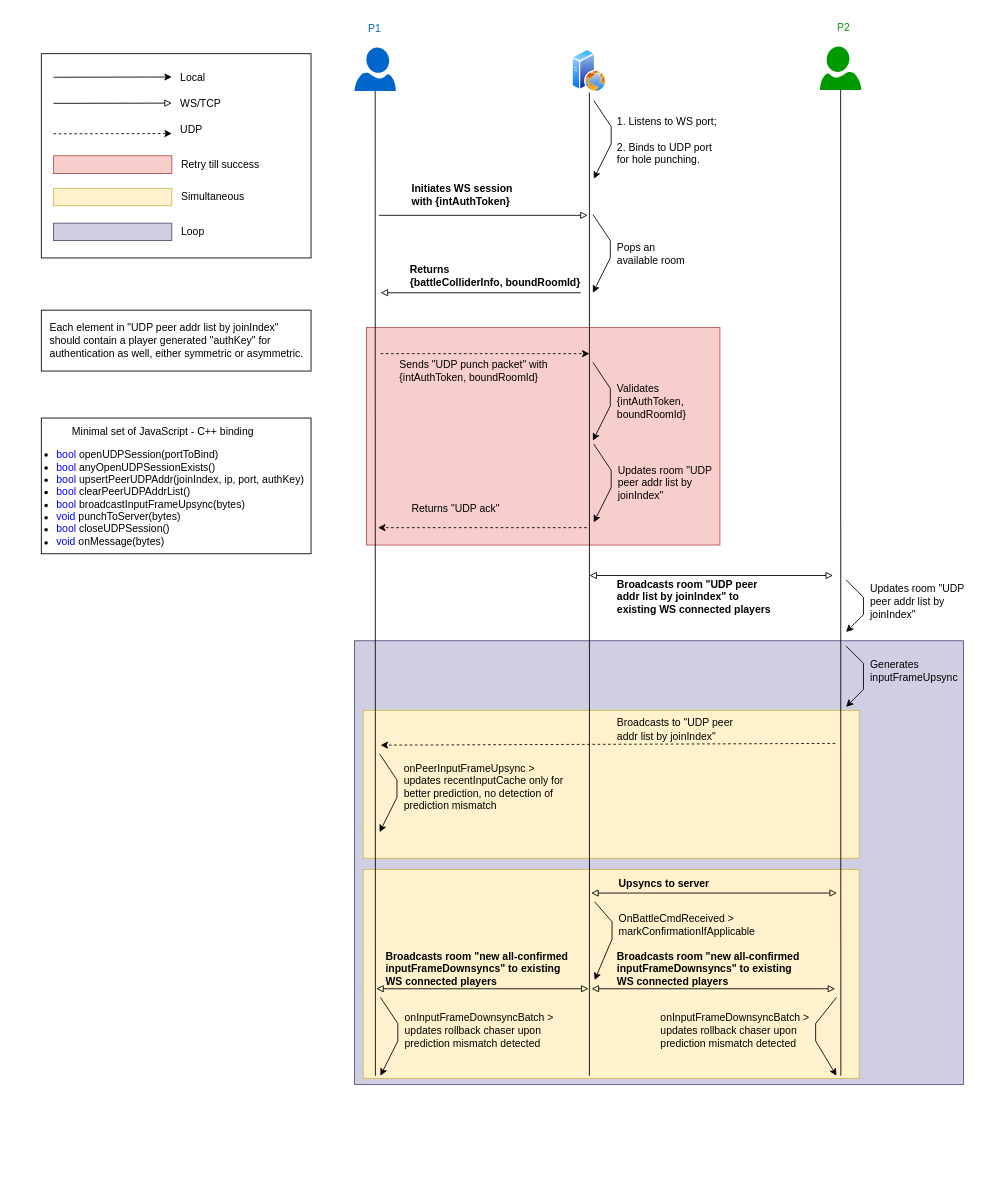
Above: page "UDPEssentials" (6 of 6) of charts/DelayNoMore.drawio in genxium/DelayNoMore (draw.io), before the change. Source tidied: cells renumbered, new cells numbered last; positions are measured from the earlier drawing's top-left corner, leaving out a move shared by most shapes. Both pictures are drawn from the tidied source at 87%, with x=0, y=0 at pixel (15, 15).
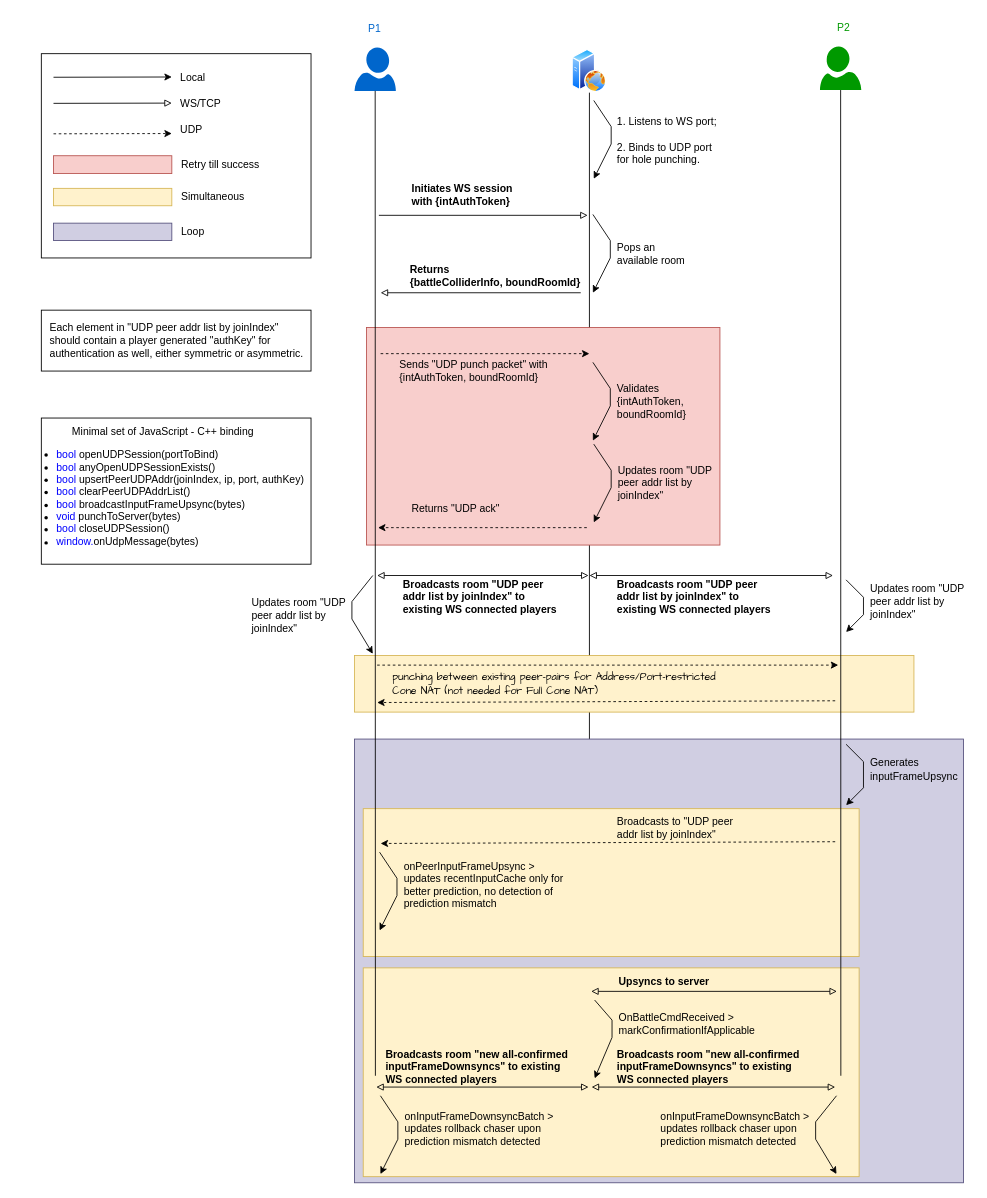
The same page after the edit.

Commit message (it also covers changes not shown here):
Fixes for frontend hole punching compatibility.

Unchanged cells that the change refers to:
```xml
<mxCell id="8" style="perimeter=ellipsePerimeter;html=1;align=center;shadow=0;dashed=0;spacingTop=3;image;image=img/lib/active_directory/web_server.svg;imageBackground=none;" parent="1" vertex="1">
  <mxGeometry x="640" y="39" width="40" height="50" as="geometry" />
</mxCell>
```

What changed in the source:
```diff
@@
+    <mxCell id="12" style="endArrow=none;html=1;rounded=0;entryX=0.5;entryY=1;entryDx=0;entryDy=0;" parent="1" edge="1" target="8">
+      <mxGeometry relative="1" as="geometry">
+        <mxPoint x="660" y="1219" as="sourcePoint" />
+      </mxGeometry>
+    </mxCell>
+    <mxCell id="69" style="rounded=0;whiteSpace=wrap;html=1;labelBackgroundColor=none;fontSize=11;strokeWidth=1;fillColor=#fff2cc;strokeColor=#d6b656;" parent="1" vertex="1">
+      <mxGeometry x="390" y="736" width="643" height="65" as="geometry" />
+    </mxCell>
     <mxCell id="2" style="rounded=0;whiteSpace=wrap;html=1;fillColor=#d0cee2;strokeColor=#56517e;" parent="1" vertex="1">
-      <mxGeometry x="390" y="719" width="700" height="510" as="geometry" />
+      <mxGeometry x="390" y="832" width="700" height="510" as="geometry" />
     </mxCell>
     <mxCell id="3" style="rounded=0;whiteSpace=wrap;html=1;labelBackgroundColor=none;fontSize=11;strokeWidth=1;fillColor=#fff2cc;strokeColor=#d6b656;" parent="1" vertex="1">
-      <mxGeometry x="400" y="799" width="570" height="170" as="geometry" />
+      <mxGeometry x="400" y="912" width="570" height="170" as="geometry" />
     </mxCell>
     <mxCell id="4" style="rounded=0;whiteSpace=wrap;html=1;fillColor=#fff2cc;strokeColor=#d6b656;strokeWidth=1;" parent="1" vertex="1">
-      <mxGeometry x="400" y="982" width="570" height="240" as="geometry" />
+      <mxGeometry x="400" y="1095" width="570" height="240" as="geometry" />
     </mxCell>
@@
-    <mxCell id="12" style="endArrow=none;html=1;rounded=0;entryX=0.5;entryY=1;entryDx=0;entryDy=0;" parent="1" edge="1" target="8">
-      <mxGeometry relative="1" as="geometry">
-        <mxPoint x="660" y="1219" as="sourcePoint" />
-      </mxGeometry>
-    </mxCell>
@@
     <mxCell id="43" value="Generates inputFrameUpsync" style="text;html=1;strokeColor=none;fillColor=none;align=left;verticalAlign=middle;whiteSpace=wrap;rounded=0;" parent="1" vertex="1">
-      <mxGeometry x="981" y="739" width="120" height="30" as="geometry" />
+      <mxGeometry x="981" y="852" width="120" height="30" as="geometry" />
     </mxCell>
     <mxCell id="44" style="endArrow=classic;html=1;rounded=0;" parent="1" edge="1">
       <mxGeometry relative="1" as="geometry">
-        <mxPoint x="955" y="725" as="sourcePoint" />
-        <mxPoint x="955" y="795" as="targetPoint" />
+        <mxPoint x="955" y="838" as="sourcePoint" />
+        <mxPoint x="955" y="908" as="targetPoint" />
         <Array as="points">
-          <mxPoint x="975" y="745" />
-          <mxPoint x="975" y="775" />
+          <mxPoint x="975" y="858" />
+          <mxPoint x="975" y="888" />
         </Array>
       </mxGeometry>
     </mxCell>
     <mxCell id="45" style="endArrow=block;html=1;rounded=0;strokeWidth=1;endFill=0;startArrow=block;startFill=0;" parent="1" edge="1">
       <mxGeometry relative="1" as="geometry">
-        <mxPoint x="944.5" y="1009" as="sourcePoint" />
-        <mxPoint x="662" y="1009" as="targetPoint" />
+        <mxPoint x="944.5" y="1122" as="sourcePoint" />
+        <mxPoint x="662" y="1122" as="targetPoint" />
       </mxGeometry>
     </mxCell>
     <mxCell id="46" value="&lt;b&gt;Upsyncs to server&lt;/b&gt;" style="text;html=1;strokeColor=none;fillColor=none;align=left;verticalAlign=middle;whiteSpace=wrap;rounded=0;" parent="1" vertex="1">
-      <mxGeometry x="692" y="983" width="179" height="30" as="geometry" />
+      <mxGeometry x="692" y="1096" width="179" height="30" as="geometry" />
     </mxCell>
     <mxCell id="47" style="endArrow=classic;html=1;rounded=0;" parent="1" edge="1">
       <mxGeometry relative="1" as="geometry">
-        <mxPoint x="666" y="1019" as="sourcePoint" />
-        <mxPoint x="666" y="1109" as="targetPoint" />
+        <mxPoint x="666" y="1132" as="sourcePoint" />
+        <mxPoint x="666" y="1222" as="targetPoint" />
         <Array as="points">
-          <mxPoint x="686" y="1042" />
-          <mxPoint x="686" y="1062" />
+          <mxPoint x="686" y="1155" />
+          <mxPoint x="686" y="1175" />
         </Array>
       </mxGeometry>
     </mxCell>
     <mxCell id="48" value="OnBattleCmdReceived &amp;gt; markConfirmationIfApplicable" style="text;html=1;strokeColor=none;fillColor=none;align=left;verticalAlign=middle;whiteSpace=wrap;rounded=0;" parent="1" vertex="1">
-      <mxGeometry x="692" y="1031" width="140" height="30" as="geometry" />
+      <mxGeometry x="692" y="1144" width="140" height="30" as="geometry" />
     </mxCell>
     <mxCell id="49" style="endArrow=block;html=1;rounded=0;strokeWidth=1;endFill=0;startArrow=block;startFill=0;" parent="1" edge="1">
       <mxGeometry relative="1" as="geometry">
-        <mxPoint x="662.5" y="1119" as="sourcePoint" />
-        <mxPoint x="942.5" y="1119" as="targetPoint" />
+        <mxPoint x="662.5" y="1232" as="sourcePoint" />
+        <mxPoint x="942.5" y="1232" as="targetPoint" />
       </mxGeometry>
     </mxCell>
     <mxCell id="50" style="endArrow=block;html=1;rounded=0;strokeWidth=1;endFill=0;startArrow=block;startFill=0;" parent="1" edge="1">
       <mxGeometry relative="1" as="geometry">
-        <mxPoint x="415" y="1119" as="sourcePoint" />
-        <mxPoint x="659" y="1119" as="targetPoint" />
+        <mxPoint x="415" y="1232" as="sourcePoint" />
+        <mxPoint x="659" y="1232" as="targetPoint" />
       </mxGeometry>
     </mxCell>
     <mxCell id="51" value="&lt;b&gt;Broadcasts room &quot;new all-confirmed inputFrameDownsyncs&quot; to existing WS connected players&lt;/b&gt;" style="text;html=1;strokeColor=none;fillColor=none;align=left;verticalAlign=middle;whiteSpace=wrap;rounded=0;" parent="1" vertex="1">
-      <mxGeometry x="690" y="1081" width="220" height="30" as="geometry" />
+      <mxGeometry x="690" y="1194" width="220" height="30" as="geometry" />
     </mxCell>
     <mxCell id="52" value="&lt;b&gt;Broadcasts room &quot;new all-confirmed inputFrameDownsyncs&quot; to existing WS connected players&lt;/b&gt;" style="text;html=1;strokeColor=none;fillColor=none;align=left;verticalAlign=middle;whiteSpace=wrap;rounded=0;" parent="1" vertex="1">
-      <mxGeometry x="423.8" y="1081" width="220" height="30" as="geometry" />
+      <mxGeometry x="423.8" y="1194" width="220" height="30" as="geometry" />
     </mxCell>
     <mxCell id="53" style="endArrow=classic;html=1;rounded=0;dashed=1;" parent="1" edge="1">
       <mxGeometry relative="1" as="geometry">
-        <mxPoint x="942.5" y="837" as="sourcePoint" />
-        <mxPoint x="420" y="839" as="targetPoint" />
+        <mxPoint x="942.5" y="950" as="sourcePoint" />
+        <mxPoint x="420" y="952" as="targetPoint" />
       </mxGeometry>
     </mxCell>
     <mxCell id="54" value="Broadcasts to &quot;UDP peer addr list by joinIndex&quot;" style="text;html=1;strokeColor=none;fillColor=none;align=left;verticalAlign=middle;whiteSpace=wrap;rounded=0;" parent="1" vertex="1">
-      <mxGeometry x="690" y="806" width="140" height="30" as="geometry" />
+      <mxGeometry x="690" y="919" width="140" height="30" as="geometry" />
     </mxCell>
     <mxCell id="55" style="endArrow=classic;html=1;rounded=0;" parent="1" edge="1">
       <mxGeometry relative="1" as="geometry">
-        <mxPoint x="419.8" y="1129" as="sourcePoint" />
-        <mxPoint x="419.8" y="1219" as="targetPoint" />
+        <mxPoint x="419.8" y="1242" as="sourcePoint" />
+        <mxPoint x="419.8" y="1332" as="targetPoint" />
         <Array as="points">
-          <mxPoint x="439.8" y="1159" />
-          <mxPoint x="439.8" y="1179" />
+          <mxPoint x="439.8" y="1272" />
+          <mxPoint x="439.8" y="1292" />
         </Array>
       </mxGeometry>
     </mxCell>
     <mxCell id="56" value="onInputFrameDownsyncBatch &amp;gt;&lt;br&gt;updates rollback chaser upon prediction mismatch detected" style="text;html=1;strokeColor=none;fillColor=none;align=left;verticalAlign=middle;whiteSpace=wrap;rounded=0;" parent="1" vertex="1">
-      <mxGeometry x="445.8" y="1152" width="180.2" height="30" as="geometry" />
+      <mxGeometry x="445.8" y="1265" width="180.2" height="30" as="geometry" />
     </mxCell>
     <mxCell id="57" style="endArrow=classic;html=1;rounded=0;" parent="1" edge="1">
       <mxGeometry relative="1" as="geometry">
-        <mxPoint x="418.8" y="849" as="sourcePoint" />
-        <mxPoint x="418.8" y="939" as="targetPoint" />
+        <mxPoint x="418.8" y="962" as="sourcePoint" />
+        <mxPoint x="418.8" y="1052" as="targetPoint" />
         <Array as="points">
-          <mxPoint x="438.8" y="879" />
-          <mxPoint x="438.8" y="899" />
+          <mxPoint x="438.8" y="992" />
+          <mxPoint x="438.8" y="1012" />
         </Array>
       </mxGeometry>
     </mxCell>
     <mxCell id="58" value="onPeerInputFrameUpsync &amp;gt;&amp;nbsp;&lt;br&gt;updates recentInputCache only for better prediction, no detection of prediction mismatch" style="text;html=1;strokeColor=none;fillColor=none;align=left;verticalAlign=middle;whiteSpace=wrap;rounded=0;" parent="1" vertex="1">
-      <mxGeometry x="444.8" y="872" width="190.2" height="30" as="geometry" />
+      <mxGeometry x="444.8" y="985" width="190.2" height="30" as="geometry" />
     </mxCell>
@@
     <mxCell id="65" style="endArrow=classic;html=1;rounded=0;" parent="1" edge="1">
       <mxGeometry relative="1" as="geometry">
-        <mxPoint x="944" y="1129" as="sourcePoint" />
-        <mxPoint x="944" y="1219" as="targetPoint" />
+        <mxPoint x="944" y="1242" as="sourcePoint" />
+        <mxPoint x="944" y="1332" as="targetPoint" />
         <Array as="points">
-          <mxPoint x="920" y="1159" />
-          <mxPoint x="920" y="1179" />
+          <mxPoint x="920" y="1272" />
+          <mxPoint x="920" y="1292" />
         </Array>
       </mxGeometry>
     </mxCell>
     <mxCell id="66" value="onInputFrameDownsyncBatch &amp;gt;&lt;br&gt;updates rollback chaser upon prediction mismatch detected" style="text;html=1;strokeColor=none;fillColor=none;align=left;verticalAlign=middle;whiteSpace=wrap;rounded=0;" parent="1" vertex="1">
-      <mxGeometry x="739.8" y="1152" width="180.2" height="30" as="geometry" />
+      <mxGeometry x="739.8" y="1265" width="180.2" height="30" as="geometry" />
     </mxCell>
     <mxCell id="67" style="rounded=0;whiteSpace=wrap;html=1;align=left;" parent="1" vertex="1">
-      <mxGeometry x="30" y="463" width="310" height="156" as="geometry" />
+      <mxGeometry x="30" y="463" width="310" height="168" as="geometry" />
     </mxCell>
-    <mxCell id="68" value="&lt;span style=&quot;text-align: left&quot;&gt;Minimal set of JavaScript - C++ binding&lt;/span&gt;&lt;br style=&quot;text-align: left&quot;&gt;&lt;ul style=&quot;text-align: left&quot;&gt;&lt;li&gt;&lt;font color=&quot;#0000ff&quot;&gt;bool&lt;/font&gt; openUDPSession(portToBind)&lt;/li&gt;&lt;li&gt;&lt;font color=&quot;#0000ff&quot;&gt;bool&lt;/font&gt; anyOpenUDPSessionExists()&lt;/li&gt;&lt;li&gt;&lt;font color=&quot;#0000ff&quot;&gt;bool&lt;/font&gt; upsertPeerUDPAddr(joinIndex, ip, port, authKey)&lt;/li&gt;&lt;li&gt;&lt;font color=&quot;#0000ff&quot;&gt;bool&lt;/font&gt;&amp;nbsp;clearPeerUDPAddrList()&lt;/li&gt;&lt;li&gt;&lt;font color=&quot;#0000ff&quot;&gt;bool&lt;/font&gt; broadcastInputFrameUpsync(bytes)&lt;/li&gt;&lt;li&gt;&lt;font color=&quot;#0000ff&quot;&gt;void&lt;/font&gt;&amp;nbsp;punchToServer(bytes)&lt;/li&gt;&lt;li&gt;&lt;font color=&quot;#0000ff&quot;&gt;bool&lt;/font&gt; closeUDPSession()&lt;/li&gt;&lt;li&gt;&lt;font color=&quot;#0000ff&quot;&gt;void&lt;/font&gt; onMessage(bytes)&lt;/li&gt;&lt;/ul&gt;" style="text;html=1;strokeColor=none;fillColor=none;align=center;verticalAlign=middle;whiteSpace=wrap;rounded=0;" parent="1" vertex="1">
+    <mxCell id="68" value="&lt;span style=&quot;text-align: left&quot;&gt;Minimal set of JavaScript - C++ binding&lt;/span&gt;&lt;br style=&quot;text-align: left&quot;&gt;&lt;ul style=&quot;text-align: left&quot;&gt;&lt;li&gt;&lt;font color=&quot;#0000ff&quot;&gt;bool&lt;/font&gt; openUDPSession(portToBind)&lt;/li&gt;&lt;li&gt;&lt;font color=&quot;#0000ff&quot;&gt;bool&lt;/font&gt; anyOpenUDPSessionExists()&lt;/li&gt;&lt;li&gt;&lt;font color=&quot;#0000ff&quot;&gt;bool&lt;/font&gt; upsertPeerUDPAddr(joinIndex, ip, port, authKey)&lt;/li&gt;&lt;li&gt;&lt;font color=&quot;#0000ff&quot;&gt;bool&lt;/font&gt;&amp;nbsp;clearPeerUDPAddrList()&lt;/li&gt;&lt;li&gt;&lt;font color=&quot;#0000ff&quot;&gt;bool&lt;/font&gt; broadcastInputFrameUpsync(bytes)&lt;/li&gt;&lt;li&gt;&lt;font color=&quot;#0000ff&quot;&gt;void&lt;/font&gt;&amp;nbsp;punchToServer(bytes)&lt;/li&gt;&lt;li&gt;&lt;font color=&quot;#0000ff&quot;&gt;bool&lt;/font&gt;&lt;span&gt; closeUDPSession()&lt;/span&gt;&lt;br&gt;&lt;/li&gt;&lt;li&gt;&lt;font color=&quot;#0000ff&quot;&gt;window.&lt;/font&gt;onUdpMessage(bytes)&lt;/li&gt;&lt;/ul&gt;" style="text;html=1;strokeColor=none;fillColor=none;align=center;verticalAlign=middle;whiteSpace=wrap;rounded=0;" parent="1" vertex="1">
       <mxGeometry y="483" width="340" height="130" as="geometry" />
     </mxCell>
+    <mxCell id="70" style="endArrow=block;html=1;rounded=0;strokeWidth=1;endFill=0;startArrow=block;startFill=0;" parent="1" edge="1">
+      <mxGeometry relative="1" as="geometry">
+        <mxPoint x="416" y="644" as="sourcePoint" />
+        <mxPoint x="659" y="644" as="targetPoint" />
+      </mxGeometry>
+    </mxCell>
+    <mxCell id="71" value="&lt;b&gt;Broadcasts room &quot;UDP peer addr list by joinIndex&quot; to existing WS connected players&lt;/b&gt;" style="text;html=1;strokeColor=none;fillColor=none;align=left;verticalAlign=middle;whiteSpace=wrap;rounded=0;" parent="1" vertex="1">
+      <mxGeometry x="444.2" y="654" width="179" height="30" as="geometry" />
+    </mxCell>
+    <mxCell id="72" style="endArrow=classic;html=1;rounded=0;dashed=1;" parent="1" edge="1">
+      <mxGeometry relative="1" as="geometry">
+        <mxPoint x="416" y="747" as="sourcePoint" />
+        <mxPoint x="946" y="747" as="targetPoint" />
+      </mxGeometry>
+    </mxCell>
+    <mxCell id="73" style="endArrow=classic;html=1;rounded=0;" parent="1" edge="1">
+      <mxGeometry relative="1" as="geometry">
+        <mxPoint x="411" y="644" as="sourcePoint" />
+        <mxPoint x="411" y="734" as="targetPoint" />
+        <Array as="points">
+          <mxPoint x="387" y="674" />
+          <mxPoint x="387" y="694" />
+        </Array>
+      </mxGeometry>
+    </mxCell>
+    <mxCell id="74" value="Updates room &quot;UDP peer addr list by joinIndex&quot;&amp;nbsp;" style="text;html=1;strokeColor=none;fillColor=none;align=left;verticalAlign=middle;whiteSpace=wrap;rounded=0;" parent="1" vertex="1">
+      <mxGeometry x="270" y="675" width="120" height="30" as="geometry" />
+    </mxCell>
+    <mxCell id="75" style="endArrow=classic;html=1;rounded=0;dashed=1;" parent="1" edge="1">
+      <mxGeometry relative="1" as="geometry">
+        <mxPoint x="942.5" y="788" as="sourcePoint" />
+        <mxPoint x="416" y="790" as="targetPoint" />
+      </mxGeometry>
+    </mxCell>
+    <mxCell id="76" value="&lt;font face=&quot;Comic Sans MS&quot;&gt;punching between existing peer-pairs for Address/Port-restricted Cone NAT (not needed for Full Cone NAT)&lt;/font&gt;" style="text;html=1;strokeColor=none;fillColor=none;align=left;verticalAlign=middle;whiteSpace=wrap;rounded=0;" parent="1" vertex="1">
+      <mxGeometry x="432" y="753.5" width="378" height="30" as="geometry" />
+    </mxCell>
```
